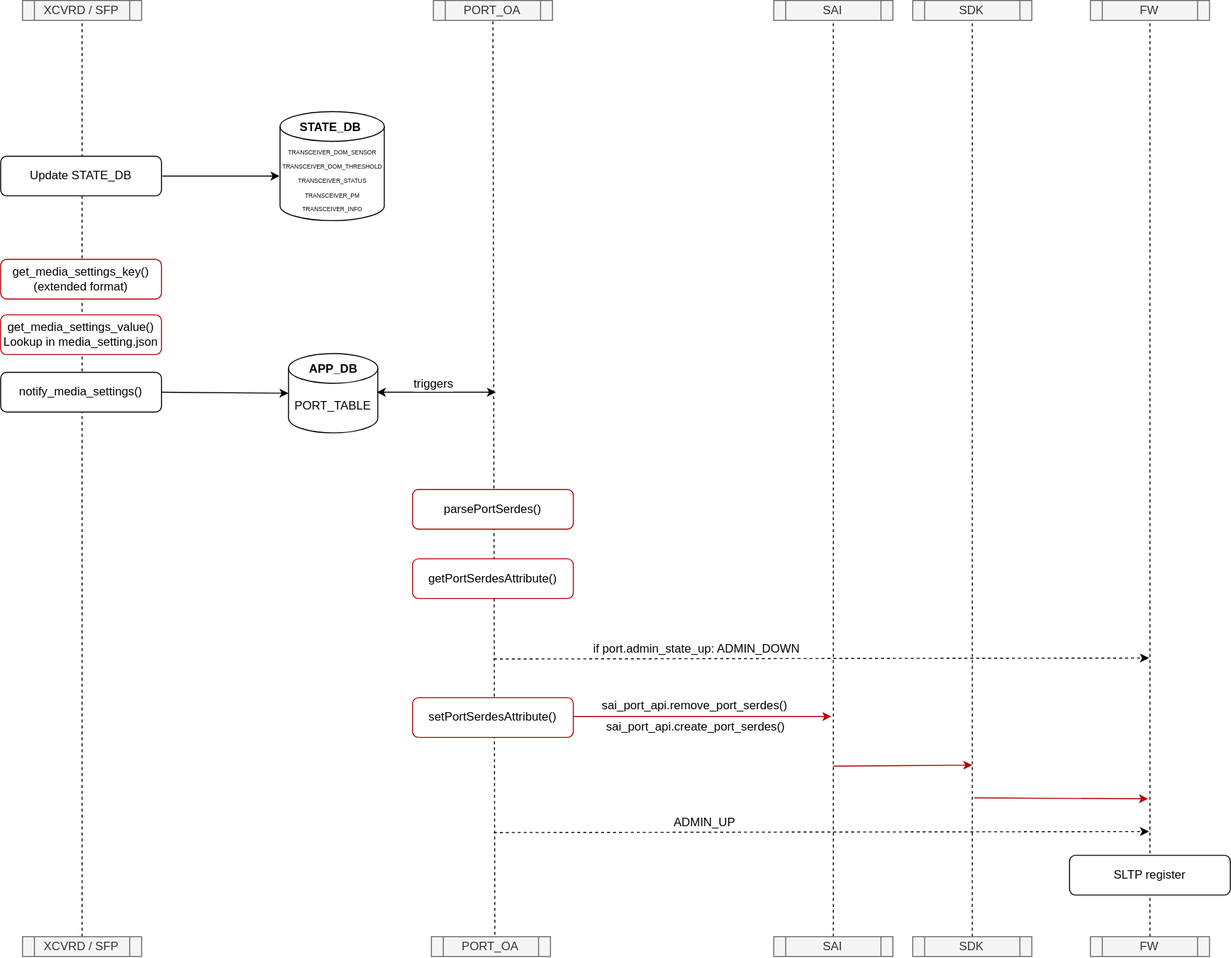
This is doc/port-si/Notify-Media-Setting-Process.drawio.svg from tshalvi/SONiC, a draw.io export, as it was before one commit. Source tidied: cells renumbered, new cells last; positions are measured from the earlier drawing's top-left corner, leaving out a move shared by most shapes.
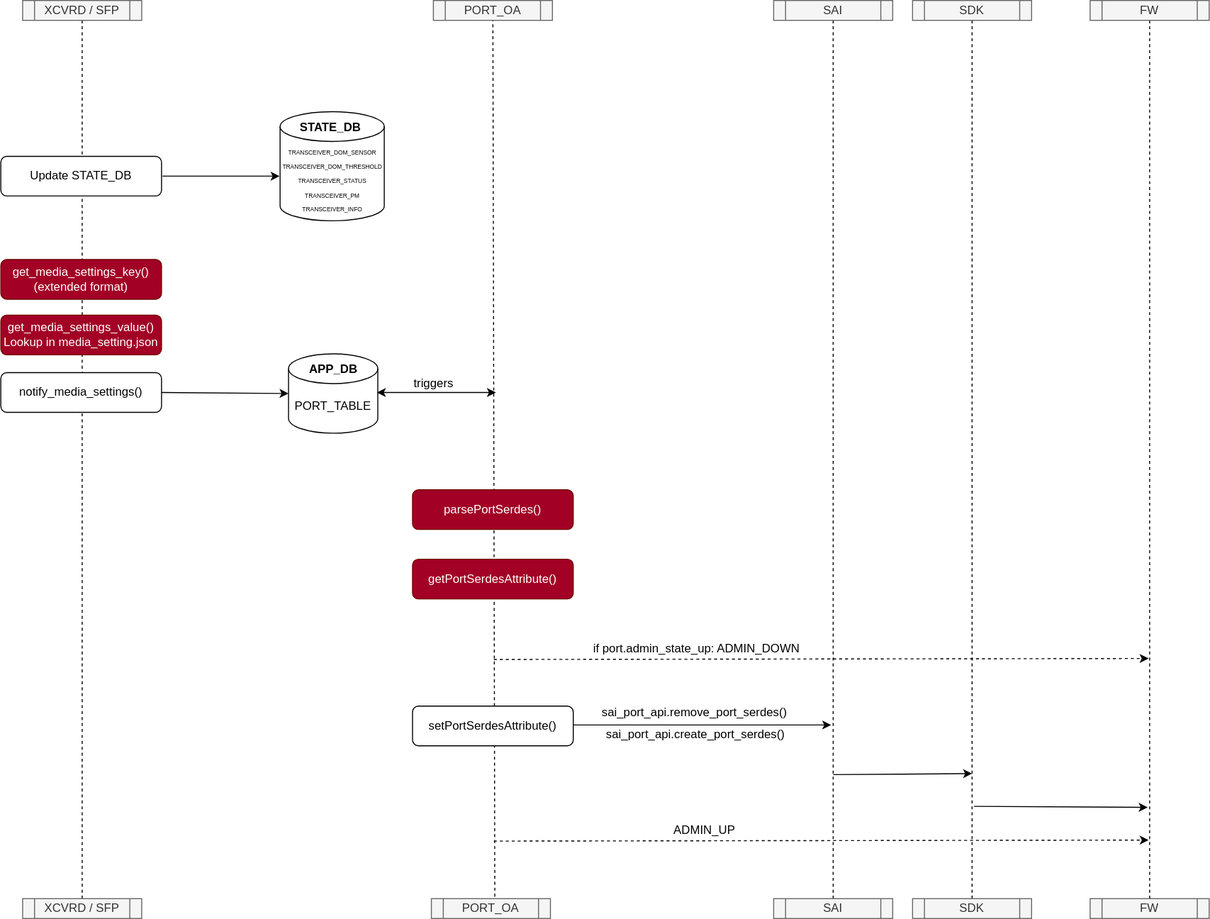
After the change.

Commit message:
updating notify-media-settings-process diagram

What changed in the source:
```diff
@@ -58,28 +58,28 @@
     <mxCell id="18" value="&lt;font style=&quot;font-size: 12px;&quot;&gt;SDK&lt;/font&gt;" style="shape=process;whiteSpace=wrap;html=1;backgroundOutline=1;fontSize=6;fillColor=#f5f5f5;fontColor=#333333;strokeColor=#666666;" parent="1" vertex="1">
       <mxGeometry x="919" width="120" height="20" as="geometry" />
     </mxCell>
-    <mxCell id="19" style="endArrow=classic;html=1;rounded=0;fontSize=6;fillColor=#e51400;strokeColor=#B20000;exitX=0.957;exitY=0.475;exitDx=0;exitDy=0;exitPerimeter=0;" parent="1" edge="1" source="34">
+    <mxCell id="19" style="endArrow=classic;html=1;rounded=0;fontSize=6;fillColor=#e51400;strokeColor=#000000;exitX=0.957;exitY=0.475;exitDx=0;exitDy=0;exitPerimeter=0;" parent="1" edge="1" source="34">
       <mxGeometry relative="1" as="geometry">
-        <mxPoint x="837" y="722" as="targetPoint" />
+        <mxPoint x="837" y="730" as="targetPoint" />
       </mxGeometry>
     </mxCell>
-    <mxCell id="20" style="endArrow=classic;html=1;rounded=0;fontSize=6;fillColor=#e51400;strokeColor=#B20000;" parent="1" edge="1">
+    <mxCell id="20" style="endArrow=classic;html=1;rounded=0;fontSize=6;fillColor=#e51400;strokeColor=#000000;" parent="1" edge="1">
       <mxGeometry relative="1" as="geometry">
-        <mxPoint x="839" y="772" as="sourcePoint" />
-        <mxPoint x="979" y="771" as="targetPoint" />
+        <mxPoint x="839" y="780" as="sourcePoint" />
+        <mxPoint x="979" y="779" as="targetPoint" />
       </mxGeometry>
     </mxCell>
     <mxCell id="21" value="&lt;font style=&quot;font-size: 12px;&quot;&gt;XCVRD / SFP&lt;/font&gt;" style="shape=process;whiteSpace=wrap;html=1;backgroundOutline=1;fontSize=6;fillColor=#f5f5f5;fontColor=#333333;strokeColor=#666666;" parent="1" vertex="1">
-      <mxGeometry x="22" y="944" width="120" height="20" as="geometry" />
+      <mxGeometry x="22" y="905" width="120" height="20" as="geometry" />
     </mxCell>
     <mxCell id="22" value="&lt;font style=&quot;font-size: 12px;&quot;&gt;PORT_OA&lt;/font&gt;" style="shape=process;whiteSpace=wrap;html=1;backgroundOutline=1;fontSize=6;fillColor=#f5f5f5;fontColor=#333333;strokeColor=#666666;" parent="1" vertex="1">
-      <mxGeometry x="434" y="944" width="120" height="20" as="geometry" />
+      <mxGeometry x="434" y="905" width="120" height="20" as="geometry" />
     </mxCell>
     <mxCell id="23" value="&lt;font style=&quot;font-size: 12px;&quot;&gt;SAI&lt;/font&gt;" style="shape=process;whiteSpace=wrap;html=1;backgroundOutline=1;fontSize=6;fillColor=#f5f5f5;fontColor=#333333;strokeColor=#666666;" parent="1" vertex="1">
-      <mxGeometry x="779" y="944" width="120" height="20" as="geometry" />
+      <mxGeometry x="779" y="905" width="120" height="20" as="geometry" />
     </mxCell>
     <mxCell id="24" value="&lt;font style=&quot;font-size: 12px;&quot;&gt;SDK&lt;/font&gt;" style="shape=process;whiteSpace=wrap;html=1;backgroundOutline=1;fontSize=6;fillColor=#f5f5f5;fontColor=#333333;strokeColor=#666666;" parent="1" vertex="1">
-      <mxGeometry x="919" y="944" width="120" height="20" as="geometry" />
+      <mxGeometry x="919" y="905" width="120" height="20" as="geometry" />
     </mxCell>
     <mxCell id="25" style="endArrow=classic;startArrow=classic;html=1;rounded=0;fontSize=12;fillColor=#e51400;strokeColor=#000000;" parent="1" edge="1">
       <mxGeometry relative="1" as="geometry">
@@ -94,39 +94,36 @@
       <mxGeometry x="1098" width="120" height="20" as="geometry" />
     </mxCell>
     <mxCell id="28" value="&lt;font style=&quot;font-size: 12px;&quot;&gt;FW&lt;/font&gt;" style="shape=process;whiteSpace=wrap;html=1;backgroundOutline=1;fontSize=6;fillColor=#f5f5f5;fontColor=#333333;strokeColor=#666666;" parent="1" vertex="1">
-      <mxGeometry x="1098" y="944" width="120" height="20" as="geometry" />
+      <mxGeometry x="1098" y="905" width="120" height="20" as="geometry" />
     </mxCell>
-    <mxCell id="29" style="endArrow=classic;html=1;rounded=0;fontSize=6;fillColor=#e51400;strokeColor=#B20000;" parent="1" edge="1">
+    <mxCell id="29" style="endArrow=classic;html=1;rounded=0;fontSize=6;fillColor=#e51400;strokeColor=#000000;" parent="1" edge="1">
       <mxGeometry relative="1" as="geometry">
-        <mxPoint x="981" y="804" as="sourcePoint" />
-        <mxPoint x="1156" y="805" as="targetPoint" />
+        <mxPoint x="981" y="812" as="sourcePoint" />
+        <mxPoint x="1156" y="813" as="targetPoint" />
       </mxGeometry>
     </mxCell>
     <mxCell id="30" style="endArrow=classic;html=1;rounded=0;fontSize=6;fillColor=#e51400;strokeColor=#000000;dashed=1;" parent="1" edge="1">
       <mxGeometry relative="1" as="geometry">
-        <mxPoint x="497" y="839" as="sourcePoint" />
-        <mxPoint x="1157" y="838" as="targetPoint" />
+        <mxPoint x="497" y="847" as="sourcePoint" />
+        <mxPoint x="1157" y="846" as="targetPoint" />
       </mxGeometry>
     </mxCell>
     <mxCell id="31" value="sai_port_api.remove_port_serdes()" style="edgeLabel;html=1;align=center;verticalAlign=middle;fontSize=12;" parent="1" vertex="1">
-      <mxGeometry x="693" y="712" as="geometry">
+      <mxGeometry x="693" y="720" as="geometry">
         <mxPoint x="5" y="-2" as="offset" />
       </mxGeometry>
     </mxCell>
-    <mxCell id="32" value="SLTP register" style="rounded=1;whiteSpace=wrap;html=1;" parent="1" vertex="1">
-      <mxGeometry x="1077" y="862" width="162" height="40" as="geometry" />
-    </mxCell>
     <mxCell id="33" style="endArrow=classic;html=1;rounded=0;fontSize=6;fillColor=#e51400;strokeColor=#000000;dashed=1;" parent="1" edge="1">
       <mxGeometry relative="1" as="geometry">
         <mxPoint x="497" y="664" as="sourcePoint" />
         <mxPoint x="1157" y="663" as="targetPoint" />
       </mxGeometry>
     </mxCell>
-    <mxCell id="34" value="setPortSerdesAttribute()" style="rounded=1;whiteSpace=wrap;html=1;strokeColor=#B20000;" parent="1" vertex="1">
-      <mxGeometry x="415" y="703" width="162" height="40" as="geometry" />
+    <mxCell id="34" value="setPortSerdesAttribute()" style="rounded=1;whiteSpace=wrap;html=1;strokeColor=#000000;" parent="1" vertex="1">
+      <mxGeometry x="415" y="711" width="162" height="40" as="geometry" />
     </mxCell>
     <mxCell id="35" value="sai_port_api.create_port_serdes()" style="edgeLabel;html=1;align=center;verticalAlign=middle;fontSize=12;" parent="1" vertex="1">
-      <mxGeometry x="694" y="734" as="geometry">
+      <mxGeometry x="694" y="742" as="geometry">
         <mxPoint x="5" y="-2" as="offset" />
       </mxGeometry>
     </mxCell>
@@ -144,20 +141,20 @@
       </mxGeometry>
     </mxCell>
     <mxCell id="39" value="ADMIN_UP" style="edgeLabel;html=1;align=center;verticalAlign=middle;fontSize=12;" parent="1" vertex="1">
-      <mxGeometry x="703" y="830" as="geometry">
+      <mxGeometry x="703" y="838" as="geometry">
         <mxPoint x="5" y="-2" as="offset" />
       </mxGeometry>
     </mxCell>
-    <mxCell id="40" value="get_media_settings_key() (extended format)" style="rounded=1;whiteSpace=wrap;html=1;strokeColor=#B20000;" parent="1" vertex="1">
+    <mxCell id="40" value="get_media_settings_key() (extended format)" style="rounded=1;whiteSpace=wrap;html=1;strokeColor=#6F0000;fillColor=#a20025;fontColor=#ffffff;" parent="1" vertex="1">
       <mxGeometry y="261" width="162" height="40" as="geometry" />
     </mxCell>
-    <mxCell id="41" value="get_media_settings_value()&lt;br&gt;Lookup in media_setting.json" style="rounded=1;whiteSpace=wrap;html=1;strokeColor=#B20000;" parent="1" vertex="1">
+    <mxCell id="41" value="get_media_settings_value()&lt;br&gt;Lookup in media_setting.json" style="rounded=1;whiteSpace=wrap;html=1;strokeColor=#6F0000;fillColor=#a20025;fontColor=#ffffff;" parent="1" vertex="1">
       <mxGeometry y="317" width="162" height="40" as="geometry" />
     </mxCell>
-    <mxCell id="42" value="parsePortSerdes()" style="rounded=1;whiteSpace=wrap;html=1;strokeColor=#B20000;" parent="1" vertex="1">
+    <mxCell id="42" value="parsePortSerdes()" style="rounded=1;whiteSpace=wrap;html=1;strokeColor=#6F0000;fillColor=#a20025;fontColor=#ffffff;" parent="1" vertex="1">
       <mxGeometry x="415" y="493" width="162" height="40" as="geometry" />
     </mxCell>
-    <mxCell id="43" value="getPortSerdesAttribute()" style="rounded=1;whiteSpace=wrap;html=1;strokeColor=#B20000;" parent="1" vertex="1">
+    <mxCell id="43" value="getPortSerdesAttribute()" style="rounded=1;whiteSpace=wrap;html=1;strokeColor=#6F0000;fillColor=#a20025;fontColor=#ffffff;" parent="1" vertex="1">
       <mxGeometry x="415" y="563" width="162" height="40" as="geometry" />
     </mxCell>
   </root>
```
